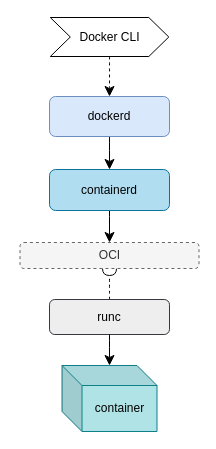
This is assets/lecture-08/docker/docker-architecture.drawio from course-go/lectures, a draw.io file, before an edit. Source tidied: cells renumbered, new cells numbered last; positions are measured from the earlier drawing's top-left corner, leaving out a move shared by most shapes. Both pictures are drawn from the tidied source at 100%, with x=0, y=0 at pixel (19, 17).
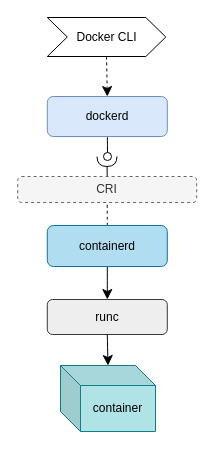
The same page after the edit.

Commit message (it also covers changes not shown here):
lecture-08: update docker and kubernetes architecture diagrams

What changed in the source:
```diff
@@
 <mxGraphModel>
   <root>
     <mxCell id="0" />
     <mxCell id="1" parent="0" />
-    <mxCell id="2" style="edgeStyle=none;curved=1;rounded=0;jettySize=auto;html=1;entryX=0.5;entryY=0;entryDx=0;entryDy=0;fontSize=12;startSize=8;endSize=8;" parent="1" edge="1" source="3" target="6">
-      <mxGeometry relative="1" as="geometry" />
+    <mxCell id="2" style="edgeStyle=none;curved=1;rounded=0;jettySize=auto;html=1;fontSize=12;startSize=8;endSize=8;endArrow=oval;endFill=0;" parent="1" edge="1" source="3">
+      <mxGeometry relative="1" as="geometry">
+        <mxPoint x="88" y="139" as="targetPoint" />
+      </mxGeometry>
     </mxCell>
     <mxCell id="3" value="dockerd" style="rounded=1;whiteSpace=wrap;html=1;fillColor=#dae8fc;strokeColor=#6c8ebf;" parent="1" vertex="1">
-      <mxGeometry x="30" y="79" width="120" height="40" as="geometry" />
+      <mxGeometry x="27.8" y="79" width="120" height="40" as="geometry" />
     </mxCell>
     <mxCell id="4" style="edgeStyle=none;curved=1;rounded=0;jettySize=auto;html=1;entryX=0.5;entryY=0;entryDx=0;entryDy=0;fontSize=12;startSize=8;endSize=8;dashed=1;exitX=0.5;exitY=1;exitDx=0;exitDy=0;" parent="1" edge="1" source="12" target="3">
       <mxGeometry relative="1" as="geometry" />
     </mxCell>
-    <mxCell id="5" style="edgeStyle=none;curved=1;rounded=0;jettySize=auto;html=1;entryX=0.5;entryY=0;entryDx=0;entryDy=0;fontSize=12;startSize=8;endSize=8;" parent="1" edge="1" source="6" target="9">
+    <mxCell id="5" style="edgeStyle=none;curved=1;rounded=0;jettySize=auto;html=1;entryX=0.5;entryY=0;entryDx=0;entryDy=0;fontSize=12;startSize=8;endSize=8;" parent="1" edge="1" source="6" target="8">
       <mxGeometry relative="1" as="geometry" />
     </mxCell>
+    <mxCell id="13" style="edgeStyle=none;curved=1;rounded=0;jettySize=auto;html=1;exitX=0.5;exitY=0;exitDx=0;exitDy=0;entryX=0.5;entryY=1;entryDx=0;entryDy=0;fontSize=12;startSize=8;endSize=8;dashed=1;endArrow=none;endFill=0;" parent="1" edge="1" source="6" target="9">
+      <mxGeometry relative="1" as="geometry" />
+    </mxCell>
     <mxCell id="6" value="containerd" style="rounded=1;whiteSpace=wrap;html=1;fillColor=#b1ddf0;strokeColor=#10739e;" parent="1" vertex="1">
-      <mxGeometry x="30" y="152" width="120" height="41" as="geometry" />
+      <mxGeometry x="27.8" y="208" width="120" height="41" as="geometry" />
     </mxCell>
-    <mxCell id="7" style="edgeStyle=none;curved=1;rounded=0;jettySize=auto;html=1;exitX=0.5;exitY=0;exitDx=0;exitDy=0;entryX=0.5;entryY=1;entryDx=0;entryDy=0;fontSize=12;startSize=8;endSize=5;dashed=1;endArrow=halfCircle;endFill=0;" parent="1" edge="1" source="8" target="9">
-      <mxGeometry relative="1" as="geometry" />
-    </mxCell>
     <mxCell id="8" value="runc" style="rounded=1;whiteSpace=wrap;html=1;fillColor=#eeeeee;strokeColor=#36393d;" parent="1" vertex="1">
-      <mxGeometry x="30" y="282" width="120" height="35" as="geometry" />
+      <mxGeometry x="27.8" y="282" width="120" height="35" as="geometry" />
     </mxCell>
+    <mxCell id="14" style="edgeStyle=none;curved=1;rounded=0;orthogonalLoop=1;jettySize=auto;html=1;fontSize=12;startSize=8;endSize=8;endArrow=halfCircle;endFill=0;" parent="1" edge="1">
+      <mxGeometry relative="1" as="geometry">
+        <mxPoint x="87" y="129" as="sourcePoint" />
+        <mxPoint x="87.5" y="129" as="targetPoint" />
+      </mxGeometry>
+    </mxCell>
+    <mxCell id="15" style="edgeStyle=none;curved=1;rounded=0;jettySize=auto;html=1;exitX=0.5;exitY=0;exitDx=0;exitDy=0;fontSize=12;startSize=8;endSize=8;endArrow=halfCircle;endFill=0;" parent="1" edge="1" source="9">
+      <mxGeometry relative="1" as="geometry">
+        <mxPoint x="87.5" y="139" as="targetPoint" />
+      </mxGeometry>
+    </mxCell>
-    <mxCell id="9" value="OCI" style="rounded=1;whiteSpace=wrap;html=1;fillColor=#f5f5f5;strokeColor=#666666;dashed=1;fontColor=#333333;" parent="1" vertex="1">
-      <mxGeometry x="0.5" y="225" width="179" height="26" as="geometry" />
+    <mxCell id="9" value="CRI" style="rounded=1;whiteSpace=wrap;html=1;fillColor=#f5f5f5;strokeColor=#666666;dashed=1;fontColor=#333333;" parent="1" vertex="1">
+      <mxGeometry x="-1.8" y="159" width="179" height="26" as="geometry" />
     </mxCell>
     <mxCell id="10" value="container" style="shape=cube;whiteSpace=wrap;html=1;boundedLbl=1;backgroundOutline=1;darkOpacity=0.05;darkOpacity2=0.1;fillColor=#b0e3e6;strokeColor=#0e8088;" parent="1" vertex="1">
-      <mxGeometry x="42.5" y="348" width="95" height="66" as="geometry" />
+      <mxGeometry x="41" y="348" width="95" height="66" as="geometry" />
     </mxCell>
     <mxCell id="11" style="edgeStyle=none;curved=1;rounded=0;jettySize=auto;html=1;exitX=0.5;exitY=1;exitDx=0;exitDy=0;entryX=0.5;entryY=0;entryDx=0;entryDy=0;entryPerimeter=0;fontSize=12;startSize=8;endSize=8;" parent="1" edge="1" source="8" target="10">
       <mxGeometry relative="1" as="geometry" />
     </mxCell>
     <mxCell id="12" value="Docker CLI" style="shape=step;perimeter=stepPerimeter;whiteSpace=wrap;html=1;fixedSize=1;" parent="1" vertex="1">
-      <mxGeometry x="30.8" width="118.5" height="39" as="geometry" />
+      <mxGeometry x="27.8" width="118.5" height="39" as="geometry" />
     </mxCell>
   </root>
 </mxGraphModel>
```
